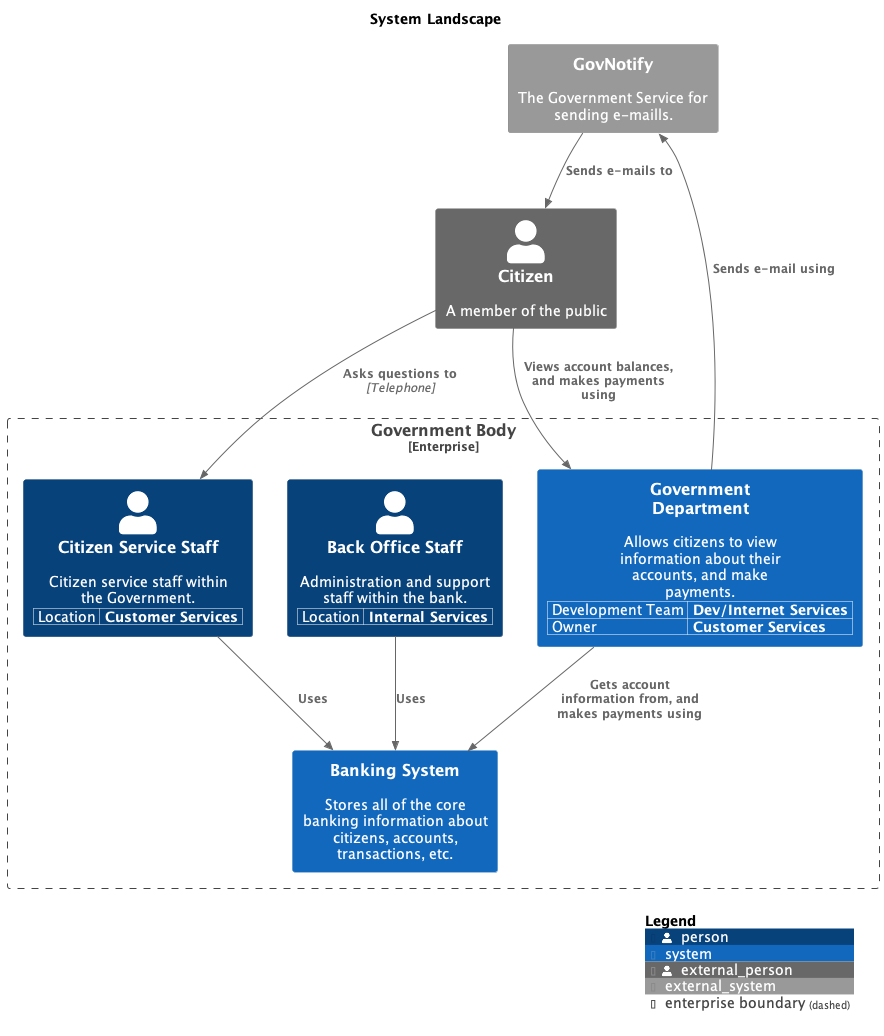
The PlantUML diagram main/png/SystemLandscape.png in madetech/structurizr-template, before a commit. The source it was exported from:
```plantuml
@startuml
set separator none
title System Landscape

top to bottom direction

!include <C4/C4>
!include <C4/C4_Context>

Enterprise_Boundary(enterprise, "Government Body") {
  WithoutPropertyHeader()
  AddProperty("Location","Customer Services")
  Person(CitizenServiceStaff, "Citizen Service Staff", $descr="Citizen service staff within the Government.", $tags="", $link="")
  WithoutPropertyHeader()
  AddProperty("Location","Internal Services")
  Person(BackOfficeStaff, "Back Office Staff", $descr="Administration and support staff within the bank.", $tags="", $link="")
  System(BankingSystem, "Banking System", $descr="Stores all of the core banking information about citizens, accounts, transactions, etc.", $tags="", $link="")
  WithoutPropertyHeader()
  AddProperty("Development Team","Dev/Internet Services")
  AddProperty("Owner","Customer Services")
  System(GovernmentDepartment, "Government Department", $descr="Allows citizens to view information about their accounts, and make payments.", $tags="", $link="")
}

Person_Ext(Citizen, "Citizen", $descr="A member of the public", $tags="", $link="")
System_Ext(GovNotify, "GovNotify", $descr="The Government Service for sending e-maills.", $tags="", $link="")

Rel_D(Citizen, GovernmentDepartment, "Views account balances, and makes payments using", $techn="", $tags="", $link="")
Rel_D(GovernmentDepartment, BankingSystem, "Gets account information from, and makes payments using", $techn="", $tags="", $link="")
Rel_D(GovernmentDepartment, GovNotify, "Sends e-mail using", $techn="", $tags="", $link="")
Rel_D(GovNotify, Citizen, "Sends e-mails to", $techn="", $tags="", $link="")
Rel_D(Citizen, CitizenServiceStaff, "Asks questions to", $techn="Telephone", $tags="", $link="")
Rel_D(CitizenServiceStaff, BankingSystem, "Uses", $techn="", $tags="", $link="")
Rel_D(BackOfficeStaff, BankingSystem, "Uses", $techn="", $tags="", $link="")

SHOW_LEGEND(true)
@enduml
```
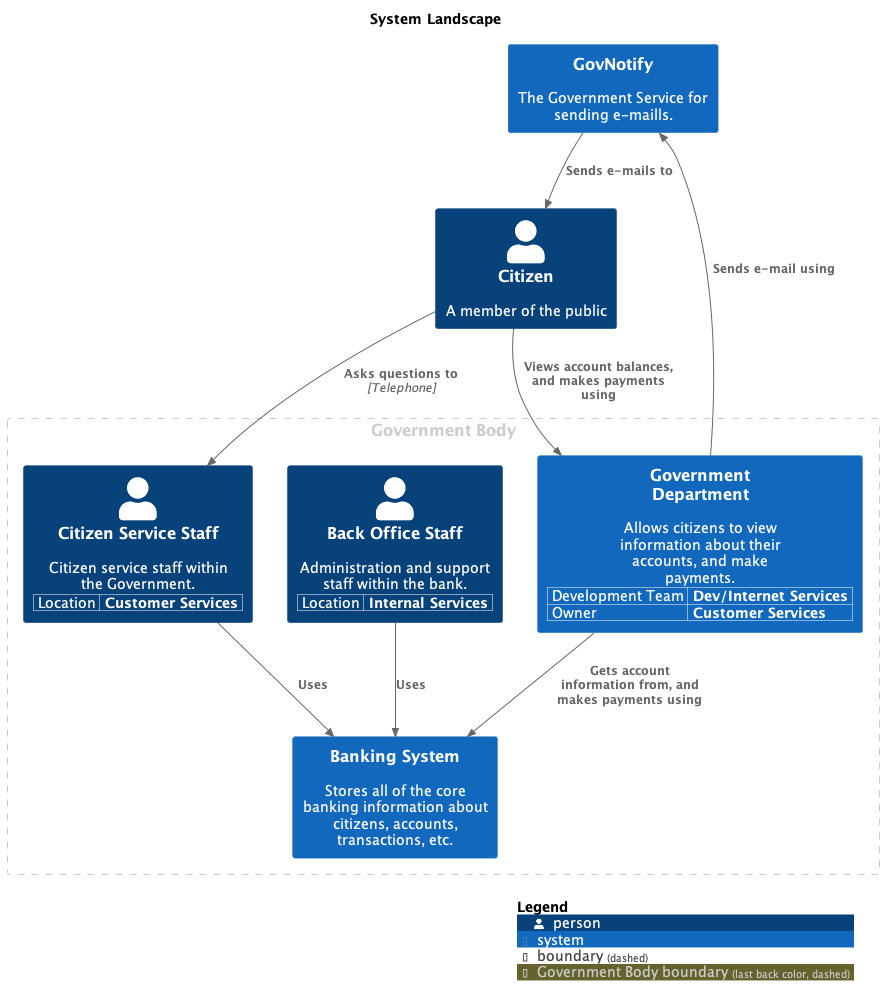
After the change.

The edit, as a diff of the source:
```diff
@@ -7,7 +7,8 @@
 !include <C4/C4>
 !include <C4/C4_Context>
 
-Enterprise_Boundary(enterprise, "Government Body") {
+AddBoundaryTag("Government Body", $borderColor="#cccccc", $fontColor="#cccccc", $borderStyle="dashed")
+Boundary(group_1, "Government Body", $tags="Government Body") {
   WithoutPropertyHeader()
   AddProperty("Location","Customer Services")
   Person(CitizenServiceStaff, "Citizen Service Staff", $descr="Citizen service staff within the Government.", $tags="", $link="")
@@ -21,16 +22,16 @@
   System(GovernmentDepartment, "Government Department", $descr="Allows citizens to view information about their accounts, and make payments.", $tags="", $link="")
 }
 
-Person_Ext(Citizen, "Citizen", $descr="A member of the public", $tags="", $link="")
-System_Ext(GovNotify, "GovNotify", $descr="The Government Service for sending e-maills.", $tags="", $link="")
+Person(Citizen, "Citizen", $descr="A member of the public", $tags="", $link="")
+System(GovNotify, "GovNotify", $descr="The Government Service for sending e-maills.", $tags="", $link="")
 
-Rel_D(Citizen, GovernmentDepartment, "Views account balances, and makes payments using", $techn="", $tags="", $link="")
-Rel_D(GovernmentDepartment, BankingSystem, "Gets account information from, and makes payments using", $techn="", $tags="", $link="")
-Rel_D(GovernmentDepartment, GovNotify, "Sends e-mail using", $techn="", $tags="", $link="")
-Rel_D(GovNotify, Citizen, "Sends e-mails to", $techn="", $tags="", $link="")
-Rel_D(Citizen, CitizenServiceStaff, "Asks questions to", $techn="Telephone", $tags="", $link="")
-Rel_D(CitizenServiceStaff, BankingSystem, "Uses", $techn="", $tags="", $link="")
-Rel_D(BackOfficeStaff, BankingSystem, "Uses", $techn="", $tags="", $link="")
+Rel(Citizen, GovernmentDepartment, "Views account balances, and makes payments using", $techn="", $tags="", $link="")
+Rel(GovernmentDepartment, BankingSystem, "Gets account information from, and makes payments using", $techn="", $tags="", $link="")
+Rel(GovernmentDepartment, GovNotify, "Sends e-mail using", $techn="", $tags="", $link="")
+Rel(GovNotify, Citizen, "Sends e-mails to", $techn="", $tags="", $link="")
+Rel(Citizen, CitizenServiceStaff, "Asks questions to", $techn="Telephone", $tags="", $link="")
+Rel(CitizenServiceStaff, BankingSystem, "Uses", $techn="", $tags="", $link="")
+Rel(BackOfficeStaff, BankingSystem, "Uses", $techn="", $tags="", $link="")
 
 SHOW_LEGEND(true)
 @enduml
```
